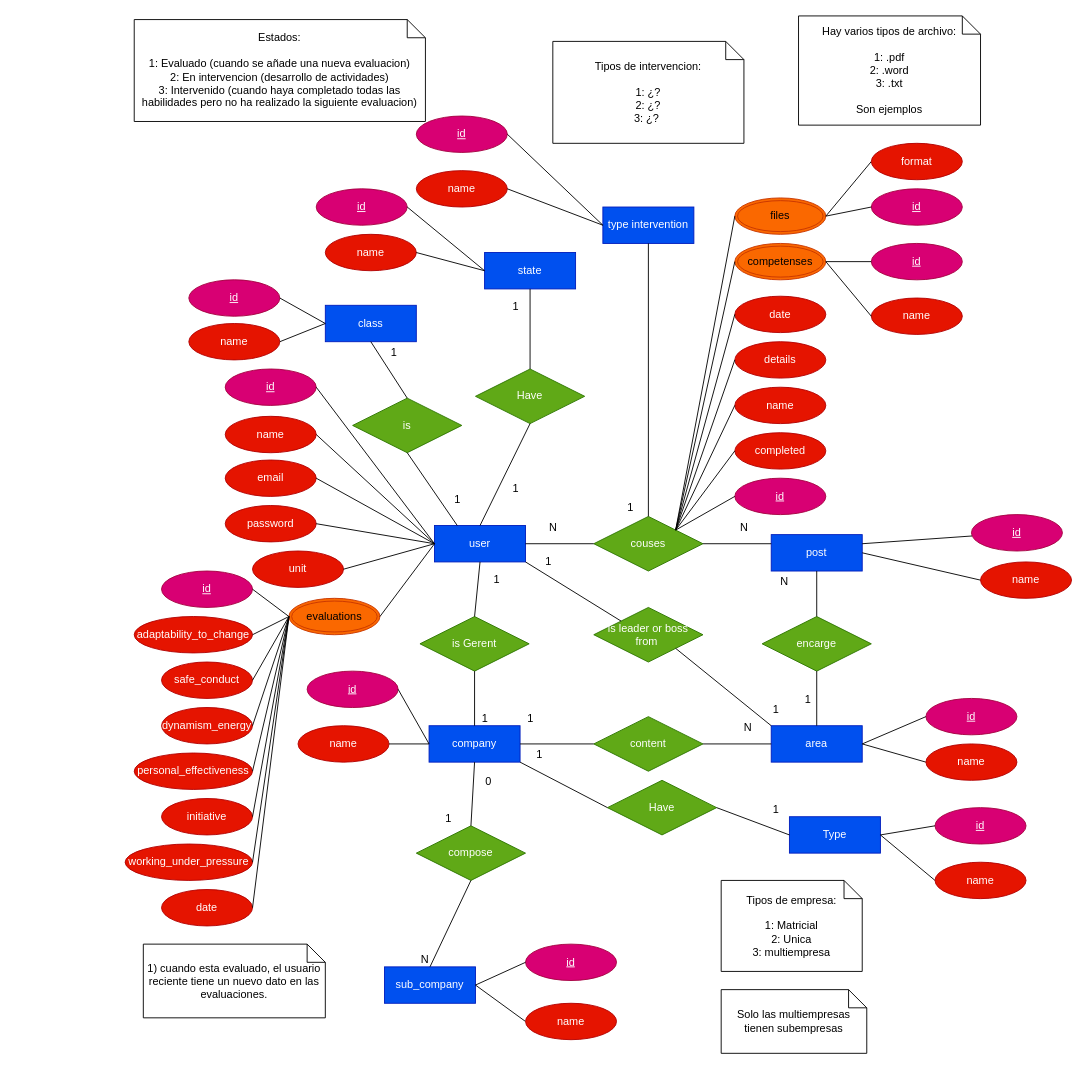
Earlier version of the draw.io diagram theory/Base de datos.drawio (LosTraicionados/LosTraicionados-Backend). Source tidied: cells renumbered, new cells numbered last; positions are measured from the earlier drawing's top-left corner, leaving out a move shared by most shapes. Both pictures are drawn from the tidied source at 91%, with x=0, y=0 at pixel (125, 15).
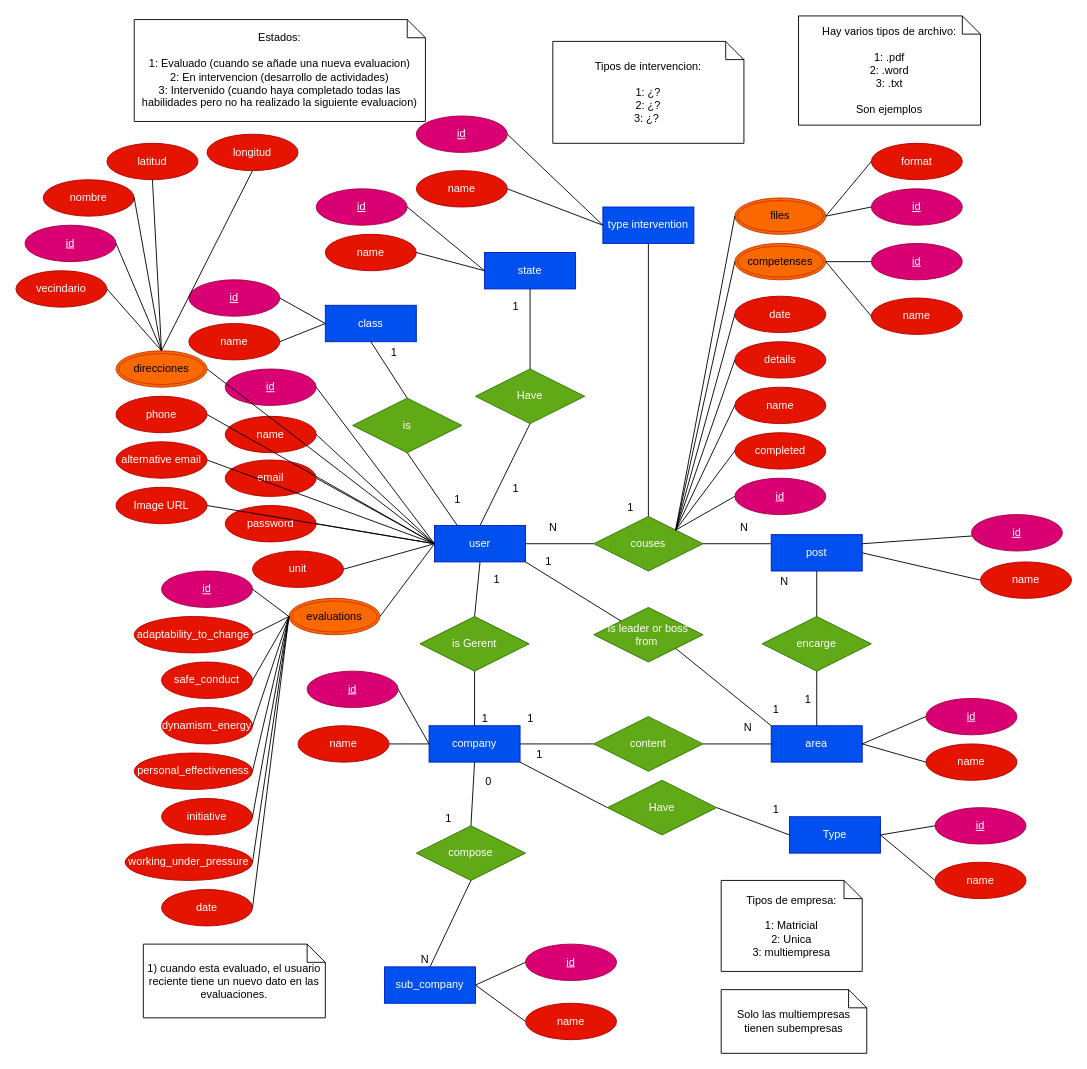
Above is the later version.

The change refers to these unchanged cells:
```xml
<mxCell id="2" value="user" style="whiteSpace=wrap;html=1;align=center;fillColor=#0050ef;fontColor=#ffffff;strokeColor=#001DBC;" parent="1" vertex="1">
  <mxGeometry x="340" y="560" width="100" height="40" as="geometry" />
</mxCell>
```

What changed in the source:
```diff
@@
+    <mxCell id="147" value="alternative email" style="ellipse;whiteSpace=wrap;html=1;align=center;fillColor=#e51400;fontColor=#ffffff;strokeColor=#B20000;fontStyle=0;" parent="1" vertex="1">
+      <mxGeometry x="-10" y="468" width="100" height="40" as="geometry" />
+    </mxCell>
+    <mxCell id="148" value="phone" style="ellipse;whiteSpace=wrap;html=1;align=center;fillColor=#e51400;fontColor=#ffffff;strokeColor=#B20000;fontStyle=0;" parent="1" vertex="1">
+      <mxGeometry x="-10" y="418" width="100" height="40" as="geometry" />
+    </mxCell>
+    <mxCell id="149" value="Image URL" style="ellipse;whiteSpace=wrap;html=1;align=center;fillColor=#e51400;fontColor=#ffffff;strokeColor=#B20000;fontStyle=0;" parent="1" vertex="1">
+      <mxGeometry x="-10" y="518" width="100" height="40" as="geometry" />
+    </mxCell>
+    <mxCell id="150" style="endArrow=none;html=1;rounded=0;exitX=1;exitY=0.5;exitDx=0;exitDy=0;entryX=0;entryY=0.5;entryDx=0;entryDy=0;" parent="1" edge="1" source="149" target="2">
+      <mxGeometry relative="1" as="geometry" />
+    </mxCell>
+    <mxCell id="151" style="endArrow=none;html=1;rounded=0;exitX=1;exitY=0.5;exitDx=0;exitDy=0;entryX=0;entryY=0.5;entryDx=0;entryDy=0;" parent="1" edge="1" source="147" target="2">
+      <mxGeometry relative="1" as="geometry" />
+    </mxCell>
+    <mxCell id="152" style="endArrow=none;html=1;rounded=0;exitX=1;exitY=0.5;exitDx=0;exitDy=0;entryX=0;entryY=0.5;entryDx=0;entryDy=0;" parent="1" edge="1" source="148" target="2">
+      <mxGeometry relative="1" as="geometry" />
+    </mxCell>
+    <mxCell id="153" value="direcciones" style="ellipse;shape=doubleEllipse;margin=3;whiteSpace=wrap;html=1;align=center;fillColor=#fa6800;fontColor=#000000;strokeColor=#C73500;" parent="1" vertex="1">
+      <mxGeometry x="-10" y="368" width="100" height="40" as="geometry" />
+    </mxCell>
+    <mxCell id="154" style="endArrow=none;html=1;rounded=0;exitX=1;exitY=0.5;exitDx=0;exitDy=0;entryX=0;entryY=0.5;entryDx=0;entryDy=0;" parent="1" edge="1" source="153" target="2">
+      <mxGeometry relative="1" as="geometry" />
+    </mxCell>
+    <mxCell id="155" value="latitud" style="ellipse;whiteSpace=wrap;html=1;align=center;fillColor=#e51400;fontColor=#ffffff;strokeColor=#B20000;fontStyle=0;" parent="1" vertex="1">
+      <mxGeometry x="-20" y="140" width="100" height="40" as="geometry" />
+    </mxCell>
+    <mxCell id="156" value="longitud" style="ellipse;whiteSpace=wrap;html=1;align=center;fillColor=#e51400;fontColor=#ffffff;strokeColor=#B20000;fontStyle=0;" parent="1" vertex="1">
+      <mxGeometry x="90" y="130" width="100" height="40" as="geometry" />
+    </mxCell>
+    <mxCell id="157" value="nombre" style="ellipse;whiteSpace=wrap;html=1;align=center;fillColor=#e51400;fontColor=#ffffff;strokeColor=#B20000;fontStyle=0;" parent="1" vertex="1">
+      <mxGeometry x="-90" y="180" width="100" height="40" as="geometry" />
+    </mxCell>
+    <mxCell id="158" value="id" style="ellipse;whiteSpace=wrap;html=1;align=center;fontStyle=4;fillColor=#d80073;fontColor=#ffffff;strokeColor=#A50040;" parent="1" vertex="1">
+      <mxGeometry x="-110" y="230" width="100" height="40" as="geometry" />
+    </mxCell>
+    <mxCell id="159" value="vecindario" style="ellipse;whiteSpace=wrap;html=1;align=center;fillColor=#e51400;fontColor=#ffffff;strokeColor=#B20000;fontStyle=0;" parent="1" vertex="1">
+      <mxGeometry x="-120" y="280" width="100" height="40" as="geometry" />
+    </mxCell>
+    <mxCell id="160" style="endArrow=none;html=1;rounded=0;entryX=0.5;entryY=1;entryDx=0;entryDy=0;exitX=0.5;exitY=0;exitDx=0;exitDy=0;" parent="1" edge="1" source="153" target="156">
+      <mxGeometry relative="1" as="geometry" />
+    </mxCell>
+    <mxCell id="161" style="endArrow=none;html=1;rounded=0;entryX=0.5;entryY=1;entryDx=0;entryDy=0;exitX=0.5;exitY=0;exitDx=0;exitDy=0;" parent="1" edge="1" source="153" target="155">
+      <mxGeometry relative="1" as="geometry" />
+    </mxCell>
+    <mxCell id="162" style="endArrow=none;html=1;rounded=0;entryX=1;entryY=0.5;entryDx=0;entryDy=0;exitX=0.5;exitY=0;exitDx=0;exitDy=0;" parent="1" edge="1" source="153" target="157">
+      <mxGeometry relative="1" as="geometry" />
+    </mxCell>
+    <mxCell id="163" style="endArrow=none;html=1;rounded=0;entryX=1;entryY=0.5;entryDx=0;entryDy=0;exitX=0.5;exitY=0;exitDx=0;exitDy=0;" parent="1" edge="1" source="153" target="158">
+      <mxGeometry relative="1" as="geometry" />
+    </mxCell>
+    <mxCell id="164" style="endArrow=none;html=1;rounded=0;entryX=1;entryY=0.5;entryDx=0;entryDy=0;exitX=0.5;exitY=0;exitDx=0;exitDy=0;" parent="1" edge="1" source="153" target="159">
+      <mxGeometry relative="1" as="geometry" />
+    </mxCell>
```
